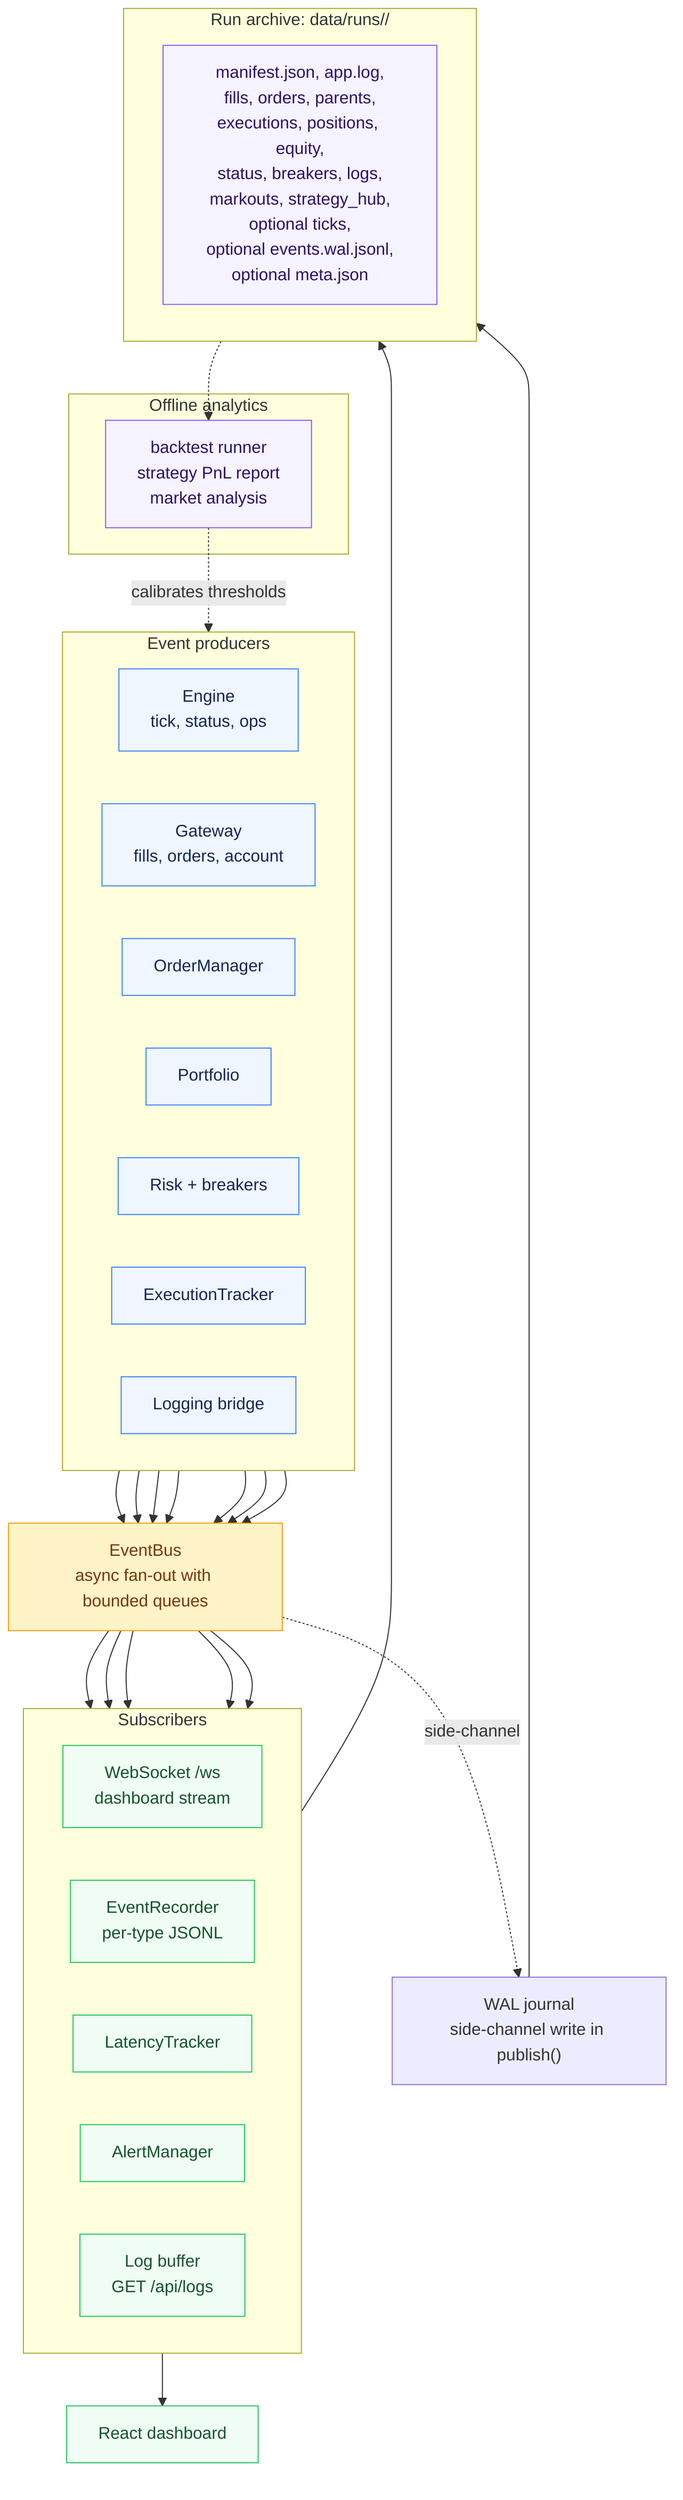
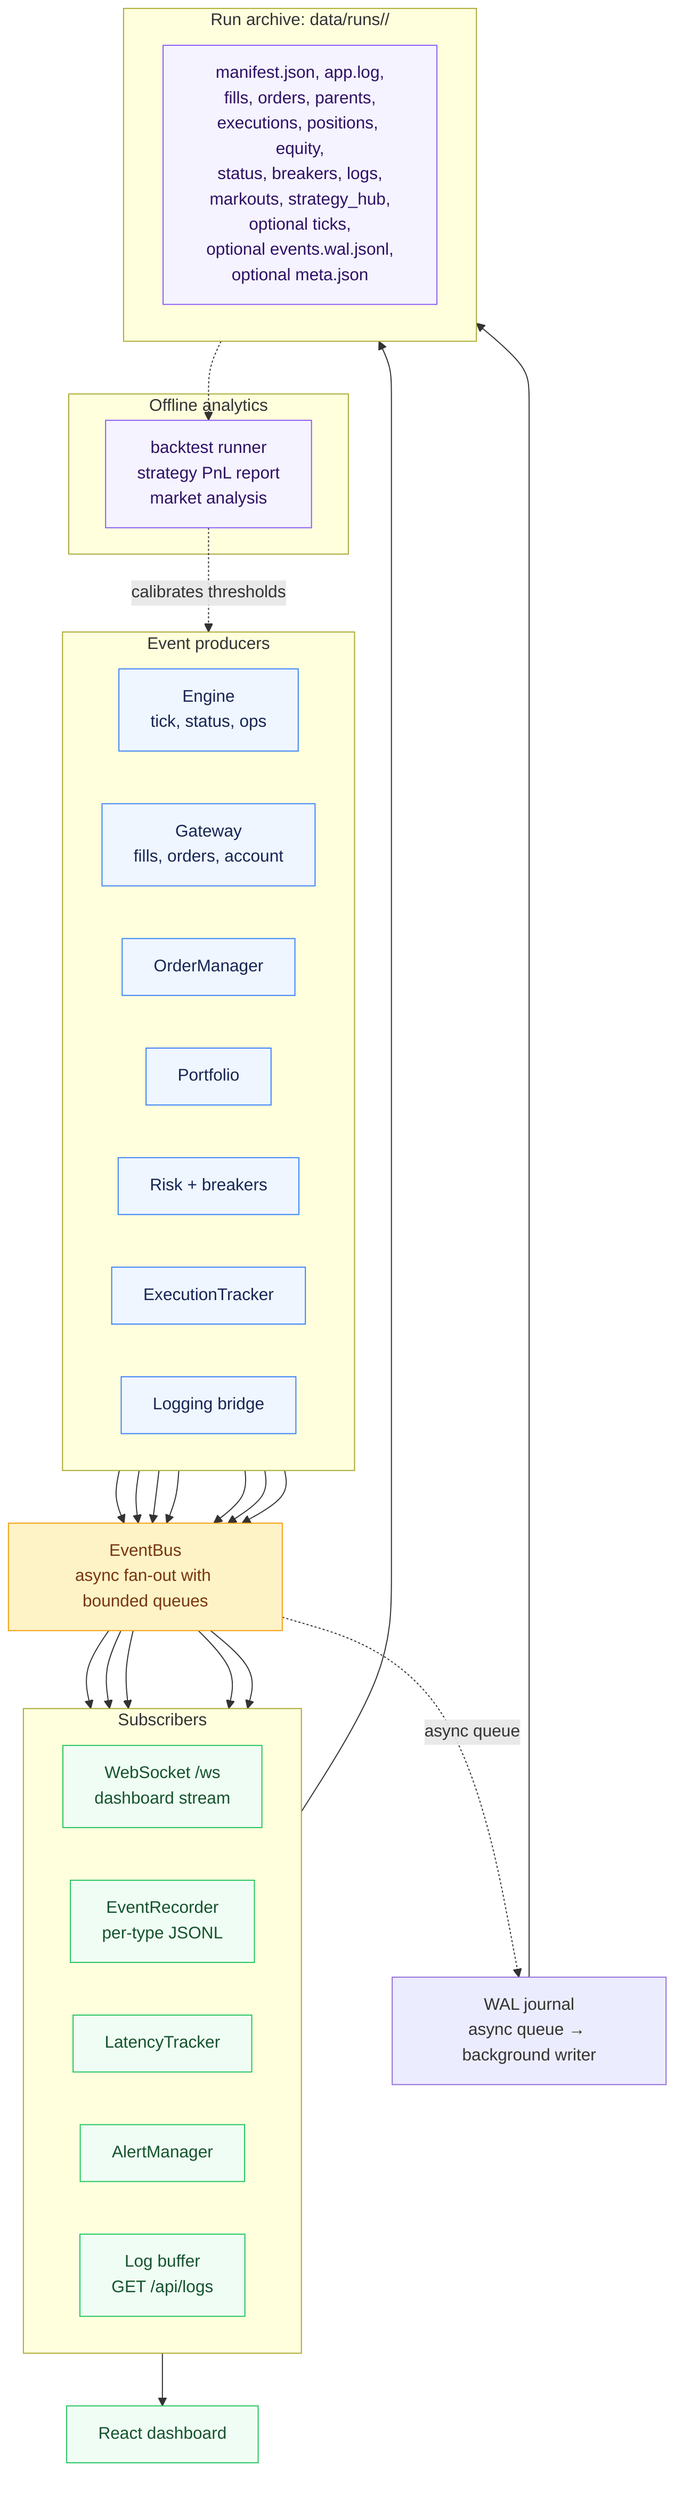
%% EventBus fan-out - producers, subscribers, and archives
flowchart TB
    subgraph Producers["Event producers"]
        direction LR
        ENGINE["Engine<br/>tick, status, ops"]
        GATEWAY["Gateway<br/>fills, orders, account"]
        OMS["OrderManager"]
        PORT["Portfolio"]
        RISK["Risk + breakers"]
        EXEC["ExecutionTracker"]
        LOGS["Logging bridge"]
    end

    BUS["EventBus<br/>async fan-out with bounded queues"]

    ENGINE --> BUS
    GATEWAY --> BUS
    OMS --> BUS
    PORT --> BUS
    RISK --> BUS
    EXEC --> BUS
    LOGS --> BUS

    subgraph Subscribers["Subscribers"]
        direction LR
        WS["WebSocket /ws<br/>dashboard stream"]
        REC["EventRecorder<br/>per-type JSONL"]
        LAT["LatencyTracker"]
        ALERT["AlertManager"]
        LOGBUF["Log buffer<br/>GET /api/logs"]
    end

-     WAL["WAL journal<br/>side-channel write in publish()"]
+     WAL["WAL journal<br/>async queue → background writer"]

    BUS --> WS
    BUS --> REC
-     BUS -. "side-channel" .-> WAL
+     BUS -. "async queue" .-> WAL
    BUS --> LAT
    BUS --> ALERT
    BUS --> LOGBUF

    WS --> UI["React dashboard"]

    subgraph Archive["Run archive: data/runs/<run-id>/"]
        direction LR
        FILES["manifest.json, app.log,<br/>fills, orders, parents,<br/>executions, positions, equity,<br/>status, breakers, logs,<br/>markouts, strategy_hub,<br/>optional ticks,<br/>optional events.wal.jsonl,<br/>optional meta.json"]
    end

    REC --> Archive
    WAL --> Archive

    subgraph Analytics["Offline analytics"]
        ANALYZERS["backtest runner<br/>strategy PnL report<br/>market analysis"]
    end

    Archive -.-> ANALYZERS
    ANALYZERS -.->|"calibrates thresholds"| ENGINE

    classDef producer fill:#eff6ff,stroke:#3b82f6,color:#172554
    classDef bus fill:#fef3c7,stroke:#f59e0b,color:#78350f
    classDef sink fill:#f0fdf4,stroke:#22c55e,color:#14532d
    classDef archive fill:#f5f3ff,stroke:#8b5cf6,color:#2e1065

    class ENGINE,GATEWAY,OMS,PORT,RISK,EXEC,LOGS producer
    class BUS bus
    class WS,REC,LAT,ALERT,LOGBUF,UI sink
    class FILES,ANALYZERS archive
